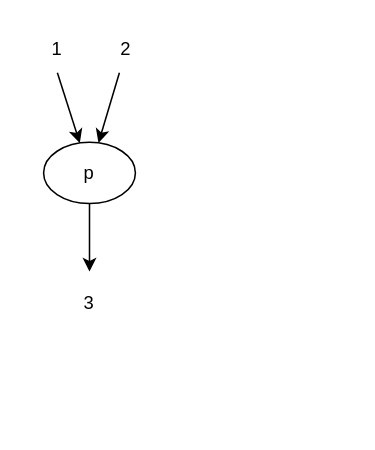
Above: Системное программирование/ЛР3/3 3.drawio in eldarian-1/pstu (draw.io), before the change. Source tidied: cells renumbered, new cells numbered last; positions are measured from the earlier drawing's top-left corner, leaving out a move shared by most shapes. Both pictures are drawn from the tidied source at 153%, with x=0, y=0 at pixel (26, 26).
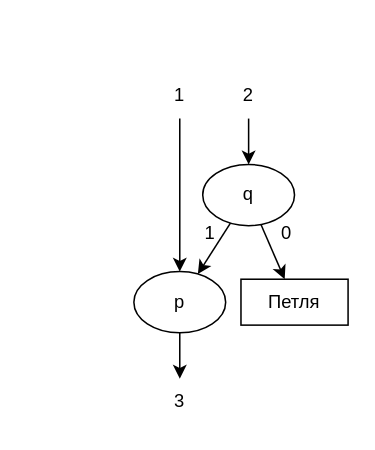
The same page after the edit.

The edit, as a diff of the source:
```diff
@@
 <mxGraphModel>
   <root>
     <mxCell id="0" />
     <mxCell id="1" parent="0" />
     <mxCell id="2" value="p" style="ellipse;whiteSpace=wrap;html=1;" parent="1" vertex="1">
-      <mxGeometry x="11" y="75.5" width="60" height="40" as="geometry" />
+      <mxGeometry x="70" y="160" width="60" height="40" as="geometry" />
     </mxCell>
-    <mxCell id="3" style="endArrow=classic;html=1;rounded=0;startArrow=none;" parent="1" edge="1" target="2">
-      <mxGeometry relative="1" as="geometry">
-        <mxPoint x="20" y="30" as="sourcePoint" />
-      </mxGeometry>
-    </mxCell>
-    <mxCell id="4" value="1" style="text;html=1;strokeColor=none;fillColor=none;align=center;verticalAlign=middle;whiteSpace=wrap;rounded=0;" parent="1" vertex="1">
-      <mxGeometry width="40" height="30" as="geometry" />
-    </mxCell>
+    <mxCell id="9" style="endArrow=classic;html=1;rounded=0;startArrow=none;" parent="1" edge="1" target="2">
+      <mxGeometry relative="1" as="geometry">
+        <mxPoint x="100" y="60" as="sourcePoint" />
+      </mxGeometry>
+    </mxCell>
+    <mxCell id="10" value="1" style="text;html=1;strokeColor=none;fillColor=none;align=center;verticalAlign=middle;whiteSpace=wrap;rounded=0;" parent="1" vertex="1">
+      <mxGeometry x="80" y="30" width="40" height="30" as="geometry" />
+    </mxCell>
     <mxCell id="5" value="2" style="text;html=1;strokeColor=none;fillColor=none;align=center;verticalAlign=middle;whiteSpace=wrap;rounded=0;" parent="1" vertex="1">
-      <mxGeometry x="45" width="40" height="30" as="geometry" />
+      <mxGeometry x="125" y="30" width="40" height="30" as="geometry" />
     </mxCell>
-    <mxCell id="6" style="endArrow=classic;html=1;rounded=0;" parent="1" edge="1" source="2">
-      <mxGeometry relative="1" as="geometry">
-        <mxPoint x="41" y="160" as="targetPoint" />
-      </mxGeometry>
-    </mxCell>
+    <mxCell id="11" style="endArrow=classic;html=1;rounded=0;" parent="1" edge="1" source="2" target="7">
+      <mxGeometry relative="1" as="geometry" />
+    </mxCell>
     <mxCell id="7" value="3" style="text;html=1;strokeColor=none;fillColor=none;align=center;verticalAlign=middle;whiteSpace=wrap;rounded=0;" parent="1" vertex="1">
-      <mxGeometry x="21" y="165.5" width="40" height="30" as="geometry" />
+      <mxGeometry x="80" y="230" width="40" height="30" as="geometry" />
     </mxCell>
-    <mxCell id="8" style="endArrow=classic;html=1;rounded=0;startArrow=none;" parent="1" edge="1" source="5" target="2">
-      <mxGeometry relative="1" as="geometry" />
-    </mxCell>
+    <mxCell id="12" style="endArrow=classic;html=1;rounded=0;startArrow=none;" parent="1" edge="1" source="13" target="2">
+      <mxGeometry relative="1" as="geometry" />
+    </mxCell>
+    <mxCell id="13" value="q" style="ellipse;whiteSpace=wrap;html=1;" parent="1" vertex="1">
+      <mxGeometry x="115" y="90" width="60" height="40" as="geometry" />
+    </mxCell>
+    <mxCell id="14" style="endArrow=classic;html=1;rounded=0;startArrow=none;" parent="1" edge="1" source="5" target="13">
+      <mxGeometry relative="1" as="geometry" />
+    </mxCell>
+    <mxCell id="15" value="Петля" style="rounded=0;whiteSpace=wrap;html=1;" parent="1" vertex="1">
+      <mxGeometry x="140" y="165" width="70" height="30" as="geometry" />
+    </mxCell>
+    <mxCell id="16" style="endArrow=classic;html=1;rounded=0;startArrow=none;" parent="1" edge="1" source="13" target="15">
+      <mxGeometry relative="1" as="geometry" />
+    </mxCell>
+    <mxCell id="17" value="1" style="text;html=1;strokeColor=none;fillColor=none;align=center;verticalAlign=middle;whiteSpace=wrap;rounded=0;" parent="1" vertex="1">
+      <mxGeometry x="100" y="120" width="40" height="30" as="geometry" />
+    </mxCell>
+    <mxCell id="18" value="0" style="text;html=1;strokeColor=none;fillColor=none;align=center;verticalAlign=middle;whiteSpace=wrap;rounded=0;" parent="1" vertex="1">
+      <mxGeometry x="150" y="120" width="40" height="30" as="geometry" />
+    </mxCell>
   </root>
 </mxGraphModel>
```
